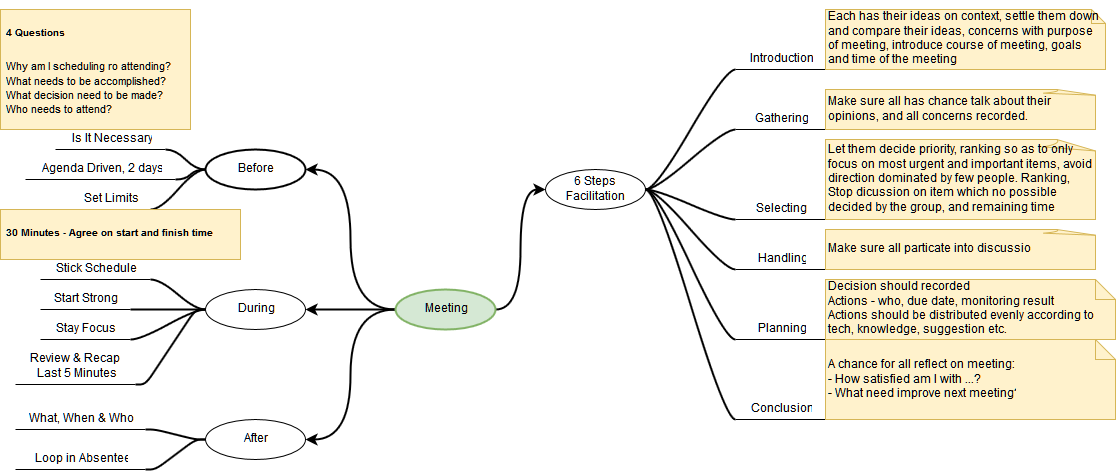
This is meeting/images/Meeting.png from kevin-wang-cy/ibala, a draw.io export, as it was before one commit. Source tidied: cells renumbered, new cells last; positions are measured from the earlier drawing's top-left corner, leaving out a move shared by most shapes. The source it was exported from:
```xml
<mxGraphModel background="#ffffff">
  <root>
    <mxCell id="0" />
    <mxCell id="1" parent="0" />
    <mxCell id="2" style="edgeStyle=orthogonalEdgeStyle;rounded=0;html=1;entryX=1;entryY=0.5;jettySize=auto;curved=1;strokeWidth=2;" parent="1" edge="1" source="6" target="7">
      <mxGeometry relative="1" as="geometry" />
    </mxCell>
    <mxCell id="3" style="edgeStyle=orthogonalEdgeStyle;curved=1;rounded=0;html=1;entryX=1;entryY=0.5;jettySize=auto;strokeWidth=2;" parent="1" edge="1" source="6" target="16">
      <mxGeometry relative="1" as="geometry" />
    </mxCell>
    <mxCell id="4" style="edgeStyle=orthogonalEdgeStyle;curved=1;rounded=0;html=1;entryX=1;entryY=0.5;jettySize=auto;strokeWidth=2;" parent="1" edge="1" source="6" target="17">
      <mxGeometry relative="1" as="geometry" />
    </mxCell>
    <mxCell id="5" style="edgeStyle=orthogonalEdgeStyle;rounded=0;html=1;entryX=0;entryY=0.5;jettySize=auto;strokeWidth=2;curved=1;" parent="1" edge="1" source="6" target="30">
      <mxGeometry relative="1" as="geometry" />
    </mxCell>
    <mxCell id="6" value="Meeting" style="ellipse;whiteSpace=wrap;html=1;align=center;strokeWidth=2;fillColor=#d5e8d4;strokeColor=#82b366;" parent="1" vertex="1">
      <mxGeometry x="395" y="280" width="100" height="40" as="geometry" />
    </mxCell>
    <mxCell id="7" value="Before" style="ellipse;whiteSpace=wrap;html=1;align=center;strokeWidth=2;" parent="1" vertex="1">
      <mxGeometry x="205" y="140" width="100" height="40" as="geometry" />
    </mxCell>
    <mxCell id="8" value="Is It Necessary" style="whiteSpace=wrap;html=1;shape=partialRectangle;top=0;left=0;bottom=1;right=0;points=[[0,1],[1,1]];strokeColor=#000000;fillColor=none;align=center;verticalAlign=bottom;routingCenterY=0.5;snapToPoint=1;strokeWidth=1;" parent="1" vertex="1">
      <mxGeometry x="55" y="120" width="110" height="20" as="geometry" />
    </mxCell>
    <mxCell id="9" style="edgeStyle=entityRelationEdgeStyle;startArrow=none;endArrow=none;segment=10;curved=1;strokeWidth=2;" parent="1" edge="1" source="7" target="8">
      <mxGeometry relative="1" as="geometry" />
    </mxCell>
    <mxCell id="10" value="&lt;h1&gt;&lt;font style=&quot;font-size: 10px&quot;&gt;4 Questions&lt;/font&gt;&lt;/h1&gt;&lt;p&gt;&lt;font style=&quot;font-size: 11px&quot;&gt;Why am I scheduling ro attending?&lt;br&gt;What needs to be accomplished?&lt;br&gt;What decision need to be made?&lt;br&gt;Who needs to attend?&lt;/font&gt;&lt;br&gt;&lt;/p&gt;" style="text;html=1;strokeColor=#d6b656;fillColor=#fff2cc;spacing=5;spacingTop=-20;whiteSpace=wrap;overflow=hidden;" parent="1" vertex="1">
      <mxGeometry width="190" height="120" as="geometry" />
    </mxCell>
    <mxCell id="11" value="Agenda Driven, 2 days" style="whiteSpace=wrap;html=1;shape=partialRectangle;top=0;left=0;bottom=1;right=0;points=[[0,1],[1,1]];strokeColor=#000000;fillColor=none;align=center;verticalAlign=bottom;routingCenterY=0.5;snapToPoint=1;strokeWidth=1;" parent="1" vertex="1">
      <mxGeometry x="25" y="150" width="150" height="20" as="geometry" />
    </mxCell>
    <mxCell id="12" style="edgeStyle=entityRelationEdgeStyle;startArrow=none;endArrow=none;segment=10;curved=1;strokeWidth=2;" parent="1" edge="1" source="7" target="11">
      <mxGeometry relative="1" as="geometry" />
    </mxCell>
    <mxCell id="13" value="Set Limits" style="whiteSpace=wrap;html=1;shape=partialRectangle;top=0;left=0;bottom=1;right=0;points=[[0,1],[1,1]];strokeColor=#000000;fillColor=none;align=center;verticalAlign=bottom;routingCenterY=0.5;snapToPoint=1;" parent="1" vertex="1">
      <mxGeometry x="70" y="180" width="80" height="20" as="geometry" />
    </mxCell>
    <mxCell id="14" style="edgeStyle=entityRelationEdgeStyle;startArrow=none;endArrow=none;segment=10;curved=1;strokeWidth=2;" parent="1" edge="1" source="7" target="13">
      <mxGeometry relative="1" as="geometry" />
    </mxCell>
    <mxCell id="15" value="&lt;h1&gt;&lt;span style=&quot;font-size: 10px&quot;&gt;30 Minutes - Agree on start and finish time&lt;/span&gt;&lt;/h1&gt;" style="text;html=1;strokeColor=#d6b656;fillColor=#fff2cc;spacing=5;spacingTop=-20;whiteSpace=wrap;overflow=hidden;" parent="1" vertex="1">
      <mxGeometry y="200" width="240" height="50" as="geometry" />
    </mxCell>
    <mxCell id="16" value="During" style="ellipse;whiteSpace=wrap;html=1;align=center;strokeWidth=1;" parent="1" vertex="1">
      <mxGeometry x="205" y="280" width="100" height="40" as="geometry" />
    </mxCell>
    <mxCell id="17" value="After" style="ellipse;whiteSpace=wrap;html=1;align=center;strokeWidth=1;" parent="1" vertex="1">
      <mxGeometry x="205" y="410" width="100" height="40" as="geometry" />
    </mxCell>
    <mxCell id="18" value="Stick Schedule" style="whiteSpace=wrap;html=1;shape=partialRectangle;top=0;left=0;bottom=1;right=0;points=[[0,1],[1,1]];strokeColor=#000000;fillColor=none;align=center;verticalAlign=bottom;routingCenterY=0.5;snapToPoint=1;" parent="1" vertex="1">
      <mxGeometry x="40" y="250" width="110" height="20" as="geometry" />
    </mxCell>
    <mxCell id="19" style="edgeStyle=entityRelationEdgeStyle;startArrow=none;endArrow=none;segment=10;curved=1;strokeWidth=2;" parent="1" edge="1" source="16" target="18">
      <mxGeometry relative="1" as="geometry" />
    </mxCell>
    <mxCell id="20" value="Start Strong" style="whiteSpace=wrap;html=1;shape=partialRectangle;top=0;left=0;bottom=1;right=0;points=[[0,1],[1,1]];strokeColor=#000000;fillColor=none;align=center;verticalAlign=bottom;routingCenterY=0.5;snapToPoint=1;" parent="1" vertex="1">
      <mxGeometry x="40" y="280" width="90" height="20" as="geometry" />
    </mxCell>
    <mxCell id="21" style="edgeStyle=entityRelationEdgeStyle;startArrow=none;endArrow=none;segment=10;curved=1;strokeWidth=2;" parent="1" edge="1" source="16" target="20">
      <mxGeometry relative="1" as="geometry" />
    </mxCell>
    <mxCell id="22" value="Stay Focus" style="whiteSpace=wrap;html=1;shape=partialRectangle;top=0;left=0;bottom=1;right=0;points=[[0,1],[1,1]];strokeColor=#000000;fillColor=none;align=center;verticalAlign=bottom;routingCenterY=0.5;snapToPoint=1;" parent="1" vertex="1">
      <mxGeometry x="40" y="310" width="90" height="20" as="geometry" />
    </mxCell>
    <mxCell id="23" style="edgeStyle=entityRelationEdgeStyle;startArrow=none;endArrow=none;segment=10;curved=1;strokeWidth=2;" parent="1" edge="1" source="16" target="22">
      <mxGeometry relative="1" as="geometry" />
    </mxCell>
    <mxCell id="24" value="Review &amp;amp; Recap&amp;nbsp;&lt;div&gt;Last 5 Minutes&lt;/div&gt;" style="whiteSpace=wrap;html=1;shape=partialRectangle;top=0;left=0;bottom=1;right=0;points=[[0,1],[1,1]];strokeColor=#000000;fillColor=none;align=center;verticalAlign=bottom;routingCenterY=0.5;snapToPoint=1;" parent="1" vertex="1">
      <mxGeometry x="15" y="345" width="120" height="30" as="geometry" />
    </mxCell>
    <mxCell id="25" style="edgeStyle=entityRelationEdgeStyle;startArrow=none;endArrow=none;segment=10;strokeWidth=2;exitX=1;exitY=1;entryX=0;entryY=0.5;" parent="1" edge="1" source="24" target="16">
      <mxGeometry relative="1" as="geometry" />
    </mxCell>
    <mxCell id="26" value="What, When &amp;amp; Who" style="whiteSpace=wrap;html=1;shape=partialRectangle;top=0;left=0;bottom=1;right=0;points=[[0,1],[1,1]];strokeColor=#000000;fillColor=none;align=center;verticalAlign=bottom;routingCenterY=0.5;snapToPoint=1;" parent="1" vertex="1">
      <mxGeometry x="15" y="400" width="130" height="20" as="geometry" />
    </mxCell>
    <mxCell id="27" style="edgeStyle=entityRelationEdgeStyle;startArrow=none;endArrow=none;segment=10;strokeWidth=2;exitX=1;exitY=1;entryX=0;entryY=0.5;" parent="1" edge="1" source="26" target="17">
      <mxGeometry relative="1" as="geometry" />
    </mxCell>
    <mxCell id="28" value="Loop in Absentee" style="whiteSpace=wrap;html=1;shape=partialRectangle;top=0;left=0;bottom=1;right=0;points=[[0,1],[1,1]];strokeColor=#000000;fillColor=none;align=center;verticalAlign=bottom;routingCenterY=0.5;snapToPoint=1;" parent="1" vertex="1">
      <mxGeometry x="15" y="440" width="130" height="20" as="geometry" />
    </mxCell>
    <mxCell id="29" style="edgeStyle=entityRelationEdgeStyle;startArrow=none;endArrow=none;segment=10;strokeWidth=2;exitX=1;exitY=1;entryX=0;entryY=0.5;" parent="1" edge="1" source="28" target="17">
      <mxGeometry relative="1" as="geometry" />
    </mxCell>
    <mxCell id="30" value="6 Steps Facilitation" style="ellipse;whiteSpace=wrap;html=1;align=center;rounded=1;strokeWidth=1;" parent="1" vertex="1">
      <mxGeometry x="545" y="160" width="100" height="40" as="geometry" />
    </mxCell>
    <mxCell id="31" value="Introduction" style="whiteSpace=wrap;html=1;shape=partialRectangle;top=0;left=0;bottom=1;right=0;points=[[0,1],[1,1]];strokeColor=#000000;fillColor=none;align=center;verticalAlign=bottom;routingCenterY=0.5;snapToPoint=1;rounded=1;fontStyle=0;" parent="1" vertex="1">
      <mxGeometry x="735" y="40" width="90" height="20" as="geometry" />
    </mxCell>
    <mxCell id="32" style="edgeStyle=entityRelationEdgeStyle;startArrow=none;endArrow=none;segment=10;curved=1;strokeWidth=2;" parent="1" edge="1" source="30" target="31">
      <mxGeometry relative="1" as="geometry" />
    </mxCell>
    <mxCell id="33" value="Gathering" style="whiteSpace=wrap;html=1;shape=partialRectangle;top=0;left=0;bottom=1;right=0;points=[[0,1],[1,1]];strokeColor=#000000;fillColor=none;align=center;verticalAlign=bottom;routingCenterY=0.5;snapToPoint=1;rounded=1;" parent="1" vertex="1">
      <mxGeometry x="735" y="100" width="90" height="20" as="geometry" />
    </mxCell>
    <mxCell id="34" style="edgeStyle=entityRelationEdgeStyle;startArrow=none;endArrow=none;segment=10;curved=1;strokeWidth=2;" parent="1" edge="1" target="33">
      <mxGeometry relative="1" as="geometry">
        <mxPoint x="645" y="180" as="sourcePoint" />
      </mxGeometry>
    </mxCell>
    <mxCell id="35" value="Selecting" style="whiteSpace=wrap;html=1;shape=partialRectangle;top=0;left=0;bottom=1;right=0;points=[[0,1],[1,1]];strokeColor=#000000;fillColor=none;align=center;verticalAlign=bottom;routingCenterY=0.5;snapToPoint=1;rounded=1;" parent="1" vertex="1">
      <mxGeometry x="735" y="190" width="90" height="20" as="geometry" />
    </mxCell>
    <mxCell id="36" style="edgeStyle=entityRelationEdgeStyle;startArrow=none;endArrow=none;segment=10;curved=1;strokeWidth=2;exitX=1;exitY=0.5;" parent="1" edge="1" source="30" target="35">
      <mxGeometry relative="1" as="geometry" />
    </mxCell>
    <mxCell id="37" value="Handling" style="whiteSpace=wrap;html=1;shape=partialRectangle;top=0;left=0;bottom=1;right=0;points=[[0,1],[1,1]];strokeColor=#000000;fillColor=none;align=center;verticalAlign=bottom;routingCenterY=0.5;snapToPoint=1;rounded=1;" parent="1" vertex="1">
      <mxGeometry x="735" y="240" width="90" height="20" as="geometry" />
    </mxCell>
    <mxCell id="38" style="edgeStyle=entityRelationEdgeStyle;startArrow=none;endArrow=none;segment=10;curved=1;strokeWidth=2;exitX=1;exitY=0.5;" parent="1" edge="1" source="30" target="37">
      <mxGeometry relative="1" as="geometry" />
    </mxCell>
    <mxCell id="39" value="Planning" style="whiteSpace=wrap;html=1;shape=partialRectangle;top=0;left=0;bottom=1;right=0;points=[[0,1],[1,1]];strokeColor=#000000;fillColor=none;align=center;verticalAlign=bottom;routingCenterY=0.5;snapToPoint=1;rounded=1;" parent="1" vertex="1">
      <mxGeometry x="735" y="310" width="90" height="20" as="geometry" />
    </mxCell>
    <mxCell id="40" style="edgeStyle=entityRelationEdgeStyle;startArrow=none;endArrow=none;segment=10;curved=1;strokeWidth=2;exitX=1;exitY=0.5;" parent="1" edge="1" source="30" target="39">
      <mxGeometry relative="1" as="geometry" />
    </mxCell>
    <mxCell id="41" value="Conclusion" style="whiteSpace=wrap;html=1;shape=partialRectangle;top=0;left=0;bottom=1;right=0;points=[[0,1],[1,1]];strokeColor=#000000;fillColor=none;align=center;verticalAlign=bottom;routingCenterY=0.5;snapToPoint=1;rounded=1;" parent="1" vertex="1">
      <mxGeometry x="735" y="390" width="90" height="20" as="geometry" />
    </mxCell>
    <mxCell id="42" style="edgeStyle=entityRelationEdgeStyle;startArrow=none;endArrow=none;segment=10;curved=1;strokeWidth=2;exitX=1;exitY=0.5;" parent="1" edge="1" source="30" target="41">
      <mxGeometry relative="1" as="geometry" />
    </mxCell>
    <mxCell id="43" value="Each has their ideas on context, settle them down and compare their ideas, concerns with purpose of meeting, introduce course of meeting, goals and time of the meeting" style="shape=note;whiteSpace=wrap;html=1;size=14;verticalAlign=top;align=left;spacingTop=-6;rounded=1;strokeWidth=1;fillColor=#fff2cc;strokeColor=#d6b656;" parent="1" vertex="1">
      <mxGeometry x="825" width="280" height="60" as="geometry" />
    </mxCell>
    <mxCell id="44" value="Make sure all has chance talk about their opinions, and all concerns recorded." style="strokeWidth=1;whiteSpace=wrap;html=1;shape=mxgraph.basic.document;rounded=1;fillColor=#fff2cc;strokeColor=#d6b656;align=left;" parent="1" vertex="1">
      <mxGeometry x="825" y="80" width="270" height="40" as="geometry" />
    </mxCell>
    <mxCell id="45" value="Let them decide priority, ranking so as to only focus on most urgent and important items, avoid direction dominated by few people. Ranking, Stop dicussion on item which no possible decided by the group, and remaining time utlimately used." style="strokeWidth=1;whiteSpace=wrap;html=1;shape=mxgraph.basic.document;rounded=1;fillColor=#fff2cc;strokeColor=#d6b656;align=left;" parent="1" vertex="1">
      <mxGeometry x="825" y="130" width="270" height="80" as="geometry" />
    </mxCell>
    <mxCell id="46" value="Make sure all particate into discussion." style="strokeWidth=1;whiteSpace=wrap;html=1;shape=mxgraph.basic.document;rounded=1;align=left;fillColor=#fff2cc;strokeColor=#d6b656;" parent="1" vertex="1">
      <mxGeometry x="825" y="220" width="270" height="40" as="geometry" />
    </mxCell>
    <mxCell id="47" value="Decision should recorded&lt;div&gt;Actions - who, due date, monitoring result&lt;/div&gt;&lt;div&gt;Actions should be distributed evenly according to tech, knowledge, suggestion etc.&lt;/div&gt;" style="shape=note;strokeWidth=1;fontSize=12;size=20;whiteSpace=wrap;html=1;rounded=1;align=left;fillColor=#fff2cc;strokeColor=#d6b656;" parent="1" vertex="1">
      <mxGeometry x="825" y="270" width="290" height="60" as="geometry" />
    </mxCell>
    <mxCell id="48" value="A chance for all reflect on meeting:&lt;div&gt;- How satisfied am I with ...?&lt;/div&gt;&lt;div&gt;- What need improve next meeting?&lt;/div&gt;" style="shape=note;strokeWidth=1;fontSize=12;size=20;whiteSpace=wrap;html=1;rounded=1;align=left;fillColor=#fff2cc;strokeColor=#d6b656;" parent="1" vertex="1">
      <mxGeometry x="825" y="330" width="290" height="80" as="geometry" />
    </mxCell>
  </root>
</mxGraphModel>
```
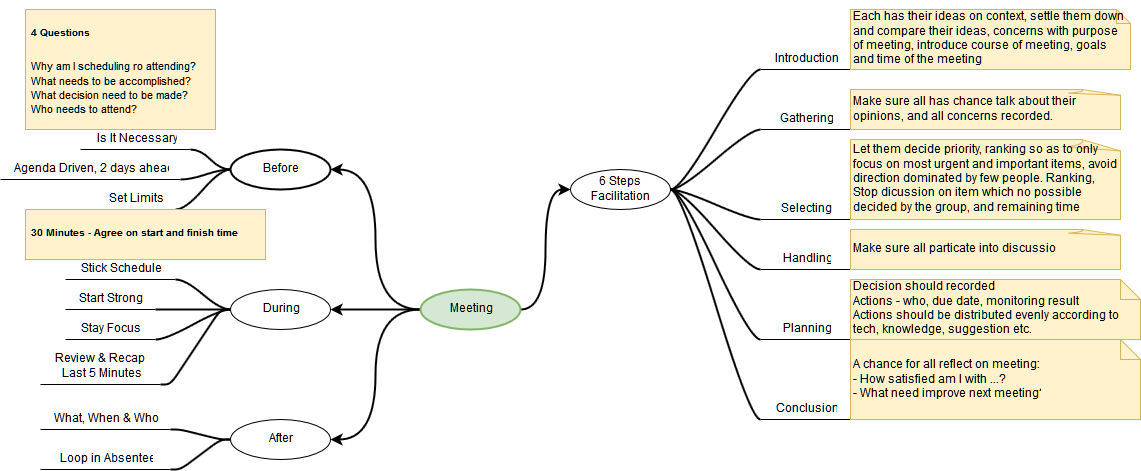
The same file after the commit.

Change to the diagram source:
```diff
@@ -29,8 +29,8 @@
     <mxCell id="10" value="&lt;h1&gt;&lt;font style=&quot;font-size: 10px&quot;&gt;4 Questions&lt;/font&gt;&lt;/h1&gt;&lt;p&gt;&lt;font style=&quot;font-size: 11px&quot;&gt;Why am I scheduling ro attending?&lt;br&gt;What needs to be accomplished?&lt;br&gt;What decision need to be made?&lt;br&gt;Who needs to attend?&lt;/font&gt;&lt;br&gt;&lt;/p&gt;" style="text;html=1;strokeColor=#d6b656;fillColor=#fff2cc;spacing=5;spacingTop=-20;whiteSpace=wrap;overflow=hidden;" parent="1" vertex="1">
       <mxGeometry width="190" height="120" as="geometry" />
     </mxCell>
-    <mxCell id="11" value="Agenda Driven, 2 days" style="whiteSpace=wrap;html=1;shape=partialRectangle;top=0;left=0;bottom=1;right=0;points=[[0,1],[1,1]];strokeColor=#000000;fillColor=none;align=center;verticalAlign=bottom;routingCenterY=0.5;snapToPoint=1;strokeWidth=1;" parent="1" vertex="1">
-      <mxGeometry x="25" y="150" width="150" height="20" as="geometry" />
+    <mxCell id="11" value="Agenda Driven, 2 days ahead" style="whiteSpace=wrap;html=1;shape=partialRectangle;top=0;left=0;bottom=1;right=0;points=[[0,1],[1,1]];strokeColor=#000000;fillColor=none;align=center;verticalAlign=bottom;routingCenterY=0.5;snapToPoint=1;strokeWidth=1;" parent="1" vertex="1">
+      <mxGeometry x="-25" y="150" width="180" height="20" as="geometry" />
     </mxCell>
     <mxCell id="12" style="edgeStyle=entityRelationEdgeStyle;startArrow=none;endArrow=none;segment=10;curved=1;strokeWidth=2;" parent="1" edge="1" source="7" target="11">
       <mxGeometry relative="1" as="geometry" />
```
